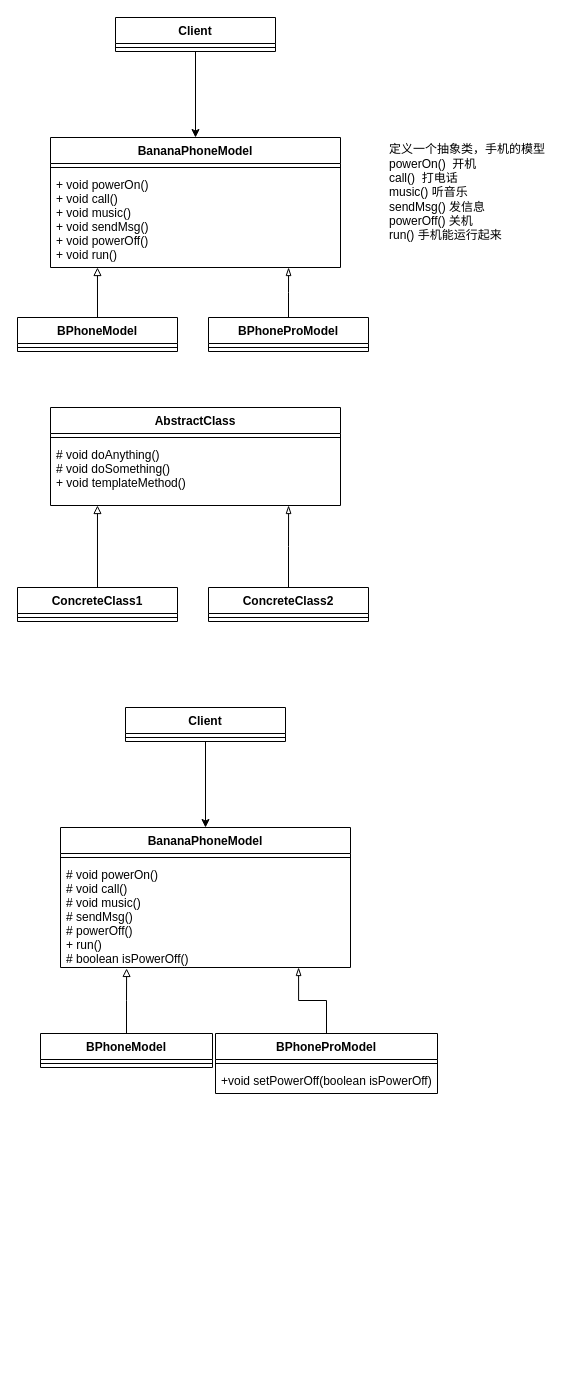
This is src/4.template-method-pattern/模板方法模式.drawio from ark-65/design-pattern-for-ts, a draw.io file, before an edit. Source tidied: cells renumbered, new cells numbered last; positions are measured from the earlier drawing's top-left corner, leaving out a move shared by most shapes. Both pictures are drawn from the tidied source at 100%, with x=0, y=0 at pixel (17, 17).
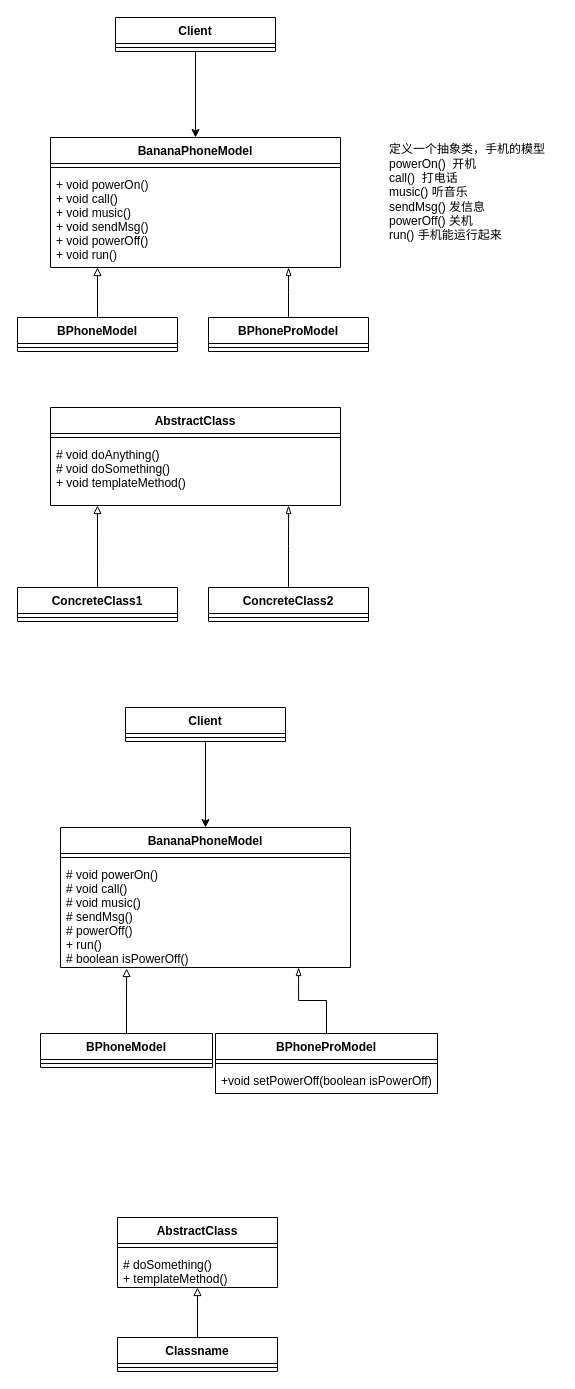
Above is the later version.

The edit, as a diff of the source:
```diff
@@
+    <mxCell id="37" value="AbstractClass" style="swimlane;fontStyle=1;align=center;verticalAlign=top;horizontal=1;startSize=26;" parent="1" vertex="1">
+      <mxGeometry x="100" y="1200" width="160" height="70" as="geometry" />
+    </mxCell>
+    <mxCell id="38" style="line;strokeWidth=1;fillColor=none;align=left;verticalAlign=middle;spacingTop=-1;spacingLeft=3;spacingRight=3;labelPosition=right;" parent="37" vertex="1">
+      <mxGeometry y="26" width="160" height="8" as="geometry" />
+    </mxCell>
+    <mxCell id="39" value="# doSomething()&#10;+ templateMethod()" style="text;strokeColor=none;fillColor=none;align=left;verticalAlign=top;spacingLeft=4;spacingRight=4;overflow=hidden;points=[[0,0.5],[1,0.5]];portConstraint=eastwest;" parent="37" vertex="1">
+      <mxGeometry y="34" width="160" height="36" as="geometry" />
+    </mxCell>
+    <mxCell id="40" style="edgeStyle=orthogonalEdgeStyle;rounded=0;jettySize=auto;html=1;exitX=0.5;exitY=0;exitDx=0;exitDy=0;entryX=0.5;entryY=1;entryDx=0;entryDy=0;entryPerimeter=0;endArrow=block;endFill=0;" parent="1" edge="1" source="41" target="39">
+      <mxGeometry relative="1" as="geometry" />
+    </mxCell>
+    <mxCell id="41" value="Classname" style="swimlane;fontStyle=1;align=center;verticalAlign=top;horizontal=1;startSize=26;" parent="1" vertex="1">
+      <mxGeometry x="100" y="1320" width="160" height="34" as="geometry" />
+    </mxCell>
+    <mxCell id="42" style="line;strokeWidth=1;fillColor=none;align=left;verticalAlign=middle;spacingTop=-1;spacingLeft=3;spacingRight=3;labelPosition=right;" parent="41" vertex="1">
+      <mxGeometry y="26" width="160" height="8" as="geometry" />
+    </mxCell>
```
